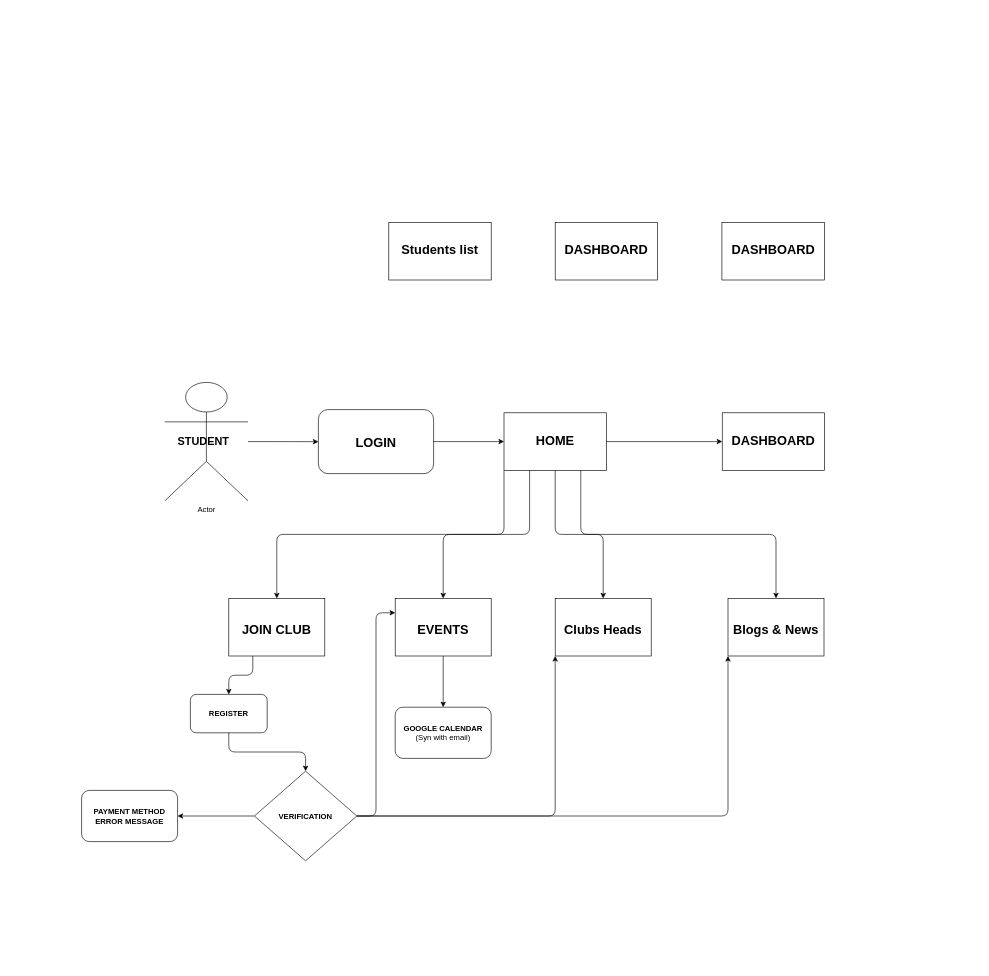
Above: page "Club heads Module" (2 of 3) of Untitled Diagram.drawio in iancecil/draw-io (draw.io), before the change. Source tidied: cells renumbered, new cells numbered last; positions are measured from the earlier drawing's top-left corner, leaving out a move shared by most shapes. Both pictures are drawn from the tidied source at 64%, with x=0, y=0 at pixel (81, 222).
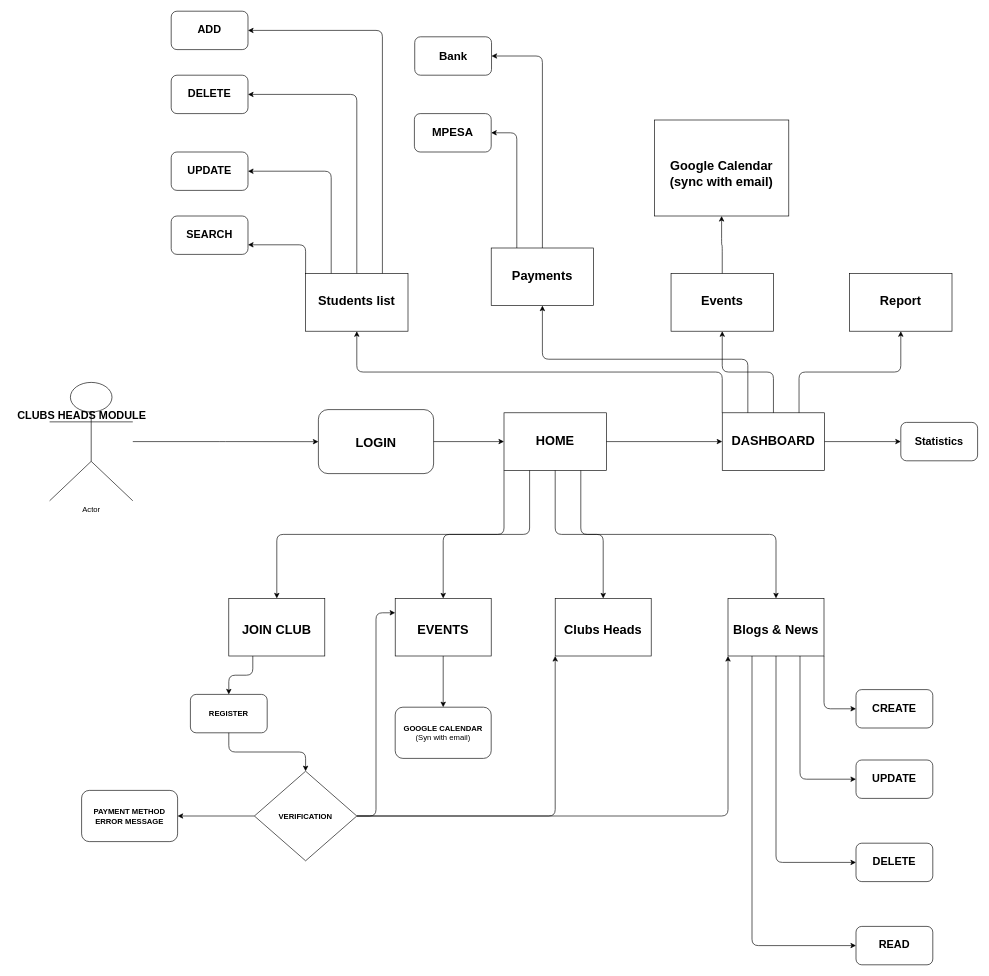
The same diagram, later.

Unchanged cells that the change refers to:
```xml
<mxCell id="2" style="group;" parent="1" vertex="1">
  <mxGeometry y="250" width="1161" height="747.5" as="geometry" />
</mxCell>
<mxCell id="12" value="&lt;div&gt;&lt;br&gt;&lt;/div&gt;&lt;div&gt;&lt;br&gt;&lt;/div&gt;&lt;div align=&quot;right&quot;&gt;&lt;font style=&quot;font-size: 20px;&quot;&gt;&lt;b&gt;Blogs &amp;amp; News&lt;br&gt;&lt;/b&gt;&lt;/font&gt;&lt;/div&gt;" style="whiteSpace=wrap;html=1;verticalAlign=top;" parent="2" vertex="1">
  <mxGeometry x="1010" y="337.5" width="150" height="90" as="geometry" />
</mxCell>
<mxCell id="28" value="&lt;div align=&quot;center&quot;&gt;&lt;font style=&quot;font-size: 20px;&quot;&gt;&lt;b&gt;&lt;br&gt;&lt;/b&gt;&lt;/font&gt;&lt;/div&gt;&lt;div align=&quot;center&quot;&gt;&lt;font style=&quot;font-size: 20px;&quot;&gt;&lt;b&gt;DASHBOARD&lt;/b&gt;&lt;/font&gt;&lt;/div&gt;" style="whiteSpace=wrap;html=1;verticalAlign=top;align=center;" parent="2" vertex="1">
  <mxGeometry x="1001" y="47.5" width="160" height="90" as="geometry" />
</mxCell>
```

Diff of the diagram source:
```diff
@@
     <mxCell id="4" value="Actor" style="shape=umlActor;verticalLabelPosition=bottom;verticalAlign=top;html=1;outlineConnect=0;" parent="2" vertex="1">
-      <mxGeometry x="130" width="130" height="185" as="geometry" />
+      <mxGeometry x="-50" width="130" height="185" as="geometry" />
     </mxCell>
@@
-    <mxCell id="27" value="&lt;font size=&quot;1&quot;&gt;&lt;b style=&quot;font-size: 17px;&quot;&gt;STUDENT&lt;/b&gt;&lt;/font&gt;" style="text;html=1;align=center;verticalAlign=middle;strokeColor=none;fillColor=none;" parent="2" vertex="1">
-      <mxGeometry x="140" y="82.5" width="100" height="20" as="geometry" />
+    <mxCell id="27" value="&lt;font size=&quot;1&quot;&gt;&lt;b style=&quot;font-size: 17px;&quot;&gt;CLUBS HEADS MODULE &lt;br&gt;&lt;/b&gt;&lt;/font&gt;" style="text;html=1;align=center;verticalAlign=middle;strokeColor=none;fillColor=none;" parent="2" vertex="1">
+      <mxGeometry x="-110" y="42.5" width="220" height="20" as="geometry" />
     </mxCell>
@@
+    <mxCell id="33" style="edgeStyle=orthogonalEdgeStyle;curved=0;rounded=1;sketch=0;jettySize=auto;html=1;exitX=0.25;exitY=0;exitDx=0;exitDy=0;entryX=1;entryY=0.5;entryDx=0;entryDy=0;fontSize=18;" parent="1" edge="1" source="30" target="52">
+      <mxGeometry relative="1" as="geometry" />
+    </mxCell>
+    <mxCell id="34" style="edgeStyle=orthogonalEdgeStyle;curved=0;rounded=1;sketch=0;jettySize=auto;html=1;exitX=0.5;exitY=0;exitDx=0;exitDy=0;entryX=1;entryY=0.5;entryDx=0;entryDy=0;fontSize=18;" parent="1" edge="1" source="30" target="51">
+      <mxGeometry relative="1" as="geometry" />
+    </mxCell>
-    <mxCell id="30" value="&lt;div align=&quot;center&quot;&gt;&lt;font style=&quot;font-size: 20px;&quot;&gt;&lt;b&gt;&lt;br&gt;&lt;/b&gt;&lt;/font&gt;&lt;/div&gt;&lt;div align=&quot;center&quot;&gt;&lt;font style=&quot;font-size: 20px;&quot;&gt;&lt;b&gt;DASHBOARD&lt;/b&gt;&lt;/font&gt;&lt;/div&gt;" style="whiteSpace=wrap;html=1;verticalAlign=top;align=center;" parent="1" vertex="1">
-      <mxGeometry x="740" width="160" height="90" as="geometry" />
+    <mxCell id="30" value="&lt;div align=&quot;center&quot;&gt;&lt;font style=&quot;font-size: 20px;&quot;&gt;&lt;b&gt;&lt;br&gt;&lt;/b&gt;&lt;/font&gt;&lt;/div&gt;&lt;div align=&quot;center&quot;&gt;&lt;font style=&quot;font-size: 20px;&quot;&gt;&lt;b&gt;Payments&lt;/b&gt;&lt;/font&gt;&lt;/div&gt;" style="whiteSpace=wrap;html=1;verticalAlign=top;align=center;" parent="1" vertex="1">
+      <mxGeometry x="640" y="40" width="160" height="90" as="geometry" />
     </mxCell>
+    <mxCell id="35" style="edgeStyle=orthogonalEdgeStyle;curved=0;rounded=1;sketch=0;jettySize=auto;html=1;exitX=0;exitY=0;exitDx=0;exitDy=0;entryX=1;entryY=0.75;entryDx=0;entryDy=0;fontSize=17;" parent="1" edge="1" source="31" target="50">
+      <mxGeometry relative="1" as="geometry" />
+    </mxCell>
+    <mxCell id="36" style="edgeStyle=orthogonalEdgeStyle;curved=0;rounded=1;sketch=0;jettySize=auto;html=1;exitX=0.25;exitY=0;exitDx=0;exitDy=0;entryX=1;entryY=0.5;entryDx=0;entryDy=0;fontSize=17;" parent="1" edge="1" source="31" target="49">
+      <mxGeometry relative="1" as="geometry" />
+    </mxCell>
+    <mxCell id="37" style="edgeStyle=orthogonalEdgeStyle;curved=0;rounded=1;sketch=0;jettySize=auto;html=1;exitX=0.5;exitY=0;exitDx=0;exitDy=0;entryX=1;entryY=0.5;entryDx=0;entryDy=0;fontSize=17;" parent="1" edge="1" source="31" target="48">
+      <mxGeometry relative="1" as="geometry" />
+    </mxCell>
+    <mxCell id="38" style="edgeStyle=orthogonalEdgeStyle;curved=0;rounded=1;sketch=0;jettySize=auto;html=1;exitX=0.75;exitY=0;exitDx=0;exitDy=0;entryX=1;entryY=0.5;entryDx=0;entryDy=0;fontSize=17;" parent="1" edge="1" source="31" target="47">
+      <mxGeometry relative="1" as="geometry" />
+    </mxCell>
     <mxCell id="31" value="&lt;div align=&quot;center&quot;&gt;&lt;font style=&quot;font-size: 20px;&quot;&gt;&lt;b&gt;&lt;br&gt;&lt;/b&gt;&lt;/font&gt;&lt;/div&gt;&lt;div align=&quot;center&quot;&gt;&lt;font style=&quot;font-size: 20px;&quot;&gt;&lt;b&gt;Students list&lt;br&gt;&lt;/b&gt;&lt;/font&gt;&lt;/div&gt;" style="whiteSpace=wrap;html=1;verticalAlign=top;align=center;" parent="1" vertex="1">
-      <mxGeometry x="480" width="160" height="90" as="geometry" />
+      <mxGeometry x="350" y="80" width="160" height="90" as="geometry" />
     </mxCell>
+    <mxCell id="39" style="edgeStyle=orthogonalEdgeStyle;curved=0;rounded=1;sketch=0;jettySize=auto;html=1;fontSize=18;" parent="1" edge="1" source="32" target="53">
+      <mxGeometry relative="1" as="geometry" />
+    </mxCell>
-    <mxCell id="32" value="&lt;div align=&quot;center&quot;&gt;&lt;font style=&quot;font-size: 20px;&quot;&gt;&lt;b&gt;&lt;br&gt;&lt;/b&gt;&lt;/font&gt;&lt;/div&gt;&lt;div align=&quot;center&quot;&gt;&lt;font style=&quot;font-size: 20px;&quot;&gt;&lt;b&gt;DASHBOARD&lt;/b&gt;&lt;/font&gt;&lt;/div&gt;" style="whiteSpace=wrap;html=1;verticalAlign=top;align=center;" parent="1" vertex="1">
-      <mxGeometry x="1000.5" width="160" height="90" as="geometry" />
+    <mxCell id="32" value="&lt;div align=&quot;center&quot;&gt;&lt;font style=&quot;font-size: 20px;&quot;&gt;&lt;b&gt;&lt;br&gt;&lt;/b&gt;&lt;/font&gt;&lt;/div&gt;&lt;div align=&quot;center&quot;&gt;&lt;font style=&quot;font-size: 20px;&quot;&gt;&lt;b&gt;Events&lt;br&gt;&lt;/b&gt;&lt;/font&gt;&lt;/div&gt;" style="whiteSpace=wrap;html=1;verticalAlign=top;align=center;" parent="1" vertex="1">
+      <mxGeometry x="921" y="80" width="160" height="90" as="geometry" />
     </mxCell>
+    <mxCell id="40" style="edgeStyle=orthogonalEdgeStyle;curved=0;rounded=1;sketch=0;jettySize=auto;html=1;exitX=0;exitY=0;exitDx=0;exitDy=0;entryX=0.5;entryY=1;entryDx=0;entryDy=0;fontSize=17;" parent="1" edge="1" source="28" target="31">
+      <mxGeometry relative="1" as="geometry" />
+    </mxCell>
+    <mxCell id="41" style="edgeStyle=orthogonalEdgeStyle;curved=0;rounded=1;sketch=0;jettySize=auto;html=1;exitX=0.25;exitY=0;exitDx=0;exitDy=0;fontSize=17;" parent="1" edge="1" source="28" target="30">
+      <mxGeometry relative="1" as="geometry" />
+    </mxCell>
+    <mxCell id="42" style="edgeStyle=orthogonalEdgeStyle;curved=0;rounded=1;sketch=0;jettySize=auto;html=1;exitX=0.5;exitY=0;exitDx=0;exitDy=0;entryX=0.5;entryY=1;entryDx=0;entryDy=0;fontSize=17;" parent="1" edge="1" source="28" target="32">
+      <mxGeometry relative="1" as="geometry" />
+    </mxCell>
+    <mxCell id="43" value="&lt;div align=&quot;center&quot;&gt;&lt;font style=&quot;font-size: 20px;&quot;&gt;&lt;b&gt;&lt;br&gt;&lt;/b&gt;&lt;/font&gt;&lt;/div&gt;&lt;div align=&quot;center&quot;&gt;&lt;font style=&quot;font-size: 20px;&quot;&gt;&lt;b&gt;Report&lt;/b&gt;&lt;/font&gt;&lt;/div&gt;" style="whiteSpace=wrap;html=1;verticalAlign=top;align=center;" parent="1" vertex="1">
+      <mxGeometry x="1200" y="80" width="160" height="90" as="geometry" />
+    </mxCell>
+    <mxCell id="44" style="edgeStyle=orthogonalEdgeStyle;curved=0;rounded=1;sketch=0;jettySize=auto;html=1;exitX=0.75;exitY=0;exitDx=0;exitDy=0;entryX=0.5;entryY=1;entryDx=0;entryDy=0;fontSize=17;" parent="1" edge="1" source="28" target="43">
+      <mxGeometry relative="1" as="geometry" />
+    </mxCell>
+    <mxCell id="45" value="&lt;font style=&quot;font-size: 17px;&quot;&gt;&lt;b&gt;Statistics&lt;/b&gt;&lt;/font&gt;" style="rounded=1;whiteSpace=wrap;html=1;sketch=0;" parent="1" vertex="1">
+      <mxGeometry x="1280" y="312.5" width="120" height="60" as="geometry" />
+    </mxCell>
+    <mxCell id="46" style="edgeStyle=orthogonalEdgeStyle;curved=0;rounded=1;sketch=0;jettySize=auto;html=1;exitX=1;exitY=0.5;exitDx=0;exitDy=0;entryX=0;entryY=0.5;entryDx=0;entryDy=0;fontSize=17;" parent="1" edge="1" source="28" target="45">
+      <mxGeometry relative="1" as="geometry" />
+    </mxCell>
+    <mxCell id="47" value="&lt;b&gt;ADD&lt;/b&gt;" style="rounded=1;whiteSpace=wrap;html=1;sketch=0;fontSize=17;" parent="1" vertex="1">
+      <mxGeometry x="140" y="-330" width="120" height="60" as="geometry" />
+    </mxCell>
+    <mxCell id="48" value="&lt;b&gt;DELETE&lt;/b&gt;" style="rounded=1;whiteSpace=wrap;html=1;sketch=0;fontSize=17;" parent="1" vertex="1">
+      <mxGeometry x="140" y="-230" width="120" height="60" as="geometry" />
+    </mxCell>
+    <mxCell id="49" value="&lt;b&gt;UPDATE&lt;/b&gt;" style="rounded=1;whiteSpace=wrap;html=1;sketch=0;fontSize=17;" parent="1" vertex="1">
+      <mxGeometry x="140" y="-110" width="120" height="60" as="geometry" />
+    </mxCell>
+    <mxCell id="50" value="&lt;b&gt;SEARCH&lt;/b&gt;" style="rounded=1;whiteSpace=wrap;html=1;sketch=0;fontSize=17;" parent="1" vertex="1">
+      <mxGeometry x="140" y="-10" width="120" height="60" as="geometry" />
+    </mxCell>
+    <mxCell id="51" value="&lt;font style=&quot;font-size: 18px;&quot;&gt;&lt;b&gt;Bank&lt;/b&gt;&lt;/font&gt;" style="rounded=1;whiteSpace=wrap;html=1;sketch=0;fontSize=17;" parent="1" vertex="1">
+      <mxGeometry x="520.5" y="-290" width="120" height="60" as="geometry" />
+    </mxCell>
+    <mxCell id="52" value="&lt;font style=&quot;font-size: 18px;&quot;&gt;&lt;b&gt;MPESA&lt;/b&gt;&lt;/font&gt;" style="rounded=1;whiteSpace=wrap;html=1;sketch=0;fontSize=17;" parent="1" vertex="1">
+      <mxGeometry x="520" y="-170" width="120" height="60" as="geometry" />
+    </mxCell>
+    <mxCell id="53" value="&lt;div&gt;&lt;br&gt;&lt;/div&gt;&lt;div&gt;&lt;br&gt;&lt;/div&gt;&lt;div align=&quot;center&quot;&gt;&lt;font style=&quot;font-size: 20px;&quot;&gt;&lt;b&gt;&lt;br&gt;&lt;/b&gt;&lt;/font&gt;&lt;/div&gt;&lt;div align=&quot;center&quot;&gt;&lt;font style=&quot;font-size: 20px;&quot;&gt;&lt;b&gt;Google Calendar (sync with email)&lt;br&gt;&lt;/b&gt;&lt;/font&gt;&lt;/div&gt;" style="whiteSpace=wrap;html=1;verticalAlign=top;align=center;" parent="1" vertex="1">
+      <mxGeometry x="895" y="-160" width="210" height="150" as="geometry" />
+    </mxCell>
+    <mxCell id="54" value="&lt;font style=&quot;font-size: 17px;&quot;&gt;&lt;b&gt;CREATE&lt;/b&gt;&lt;/font&gt;" style="rounded=1;whiteSpace=wrap;html=1;sketch=0;" parent="1" vertex="1">
+      <mxGeometry x="1210" y="730" width="120" height="60" as="geometry" />
+    </mxCell>
+    <mxCell id="55" value="&lt;font style=&quot;font-size: 17px;&quot;&gt;&lt;b&gt;UPDATE&lt;/b&gt;&lt;/font&gt;" style="rounded=1;whiteSpace=wrap;html=1;sketch=0;" parent="1" vertex="1">
+      <mxGeometry x="1210" y="840" width="120" height="60" as="geometry" />
+    </mxCell>
+    <mxCell id="56" value="&lt;font style=&quot;font-size: 17px;&quot;&gt;&lt;b&gt;DELETE&lt;/b&gt;&lt;/font&gt;" style="rounded=1;whiteSpace=wrap;html=1;sketch=0;" parent="1" vertex="1">
+      <mxGeometry x="1210" y="970" width="120" height="60" as="geometry" />
+    </mxCell>
+    <mxCell id="57" value="&lt;font style=&quot;font-size: 17px;&quot;&gt;&lt;b&gt;READ&lt;/b&gt;&lt;/font&gt;" style="rounded=1;whiteSpace=wrap;html=1;sketch=0;" parent="1" vertex="1">
+      <mxGeometry x="1210" y="1100" width="120" height="60" as="geometry" />
+    </mxCell>
+    <mxCell id="58" style="edgeStyle=orthogonalEdgeStyle;curved=0;rounded=1;sketch=0;jettySize=auto;html=1;exitX=1;exitY=1;exitDx=0;exitDy=0;entryX=0;entryY=0.5;entryDx=0;entryDy=0;fontSize=17;" parent="1" edge="1" source="12" target="54">
+      <mxGeometry relative="1" as="geometry" />
+    </mxCell>
+    <mxCell id="59" style="edgeStyle=orthogonalEdgeStyle;curved=0;rounded=1;sketch=0;jettySize=auto;html=1;exitX=0.75;exitY=1;exitDx=0;exitDy=0;entryX=0;entryY=0.5;entryDx=0;entryDy=0;fontSize=17;" parent="1" edge="1" source="12" target="55">
+      <mxGeometry relative="1" as="geometry" />
+    </mxCell>
+    <mxCell id="60" style="edgeStyle=orthogonalEdgeStyle;curved=0;rounded=1;sketch=0;jettySize=auto;html=1;exitX=0.5;exitY=1;exitDx=0;exitDy=0;entryX=0;entryY=0.5;entryDx=0;entryDy=0;fontSize=17;" parent="1" edge="1" source="12" target="56">
+      <mxGeometry relative="1" as="geometry" />
+    </mxCell>
+    <mxCell id="61" style="edgeStyle=orthogonalEdgeStyle;curved=0;rounded=1;sketch=0;jettySize=auto;html=1;exitX=0.25;exitY=1;exitDx=0;exitDy=0;entryX=0;entryY=0.5;entryDx=0;entryDy=0;fontSize=17;" parent="1" edge="1" source="12" target="57">
+      <mxGeometry relative="1" as="geometry" />
+    </mxCell>
```
